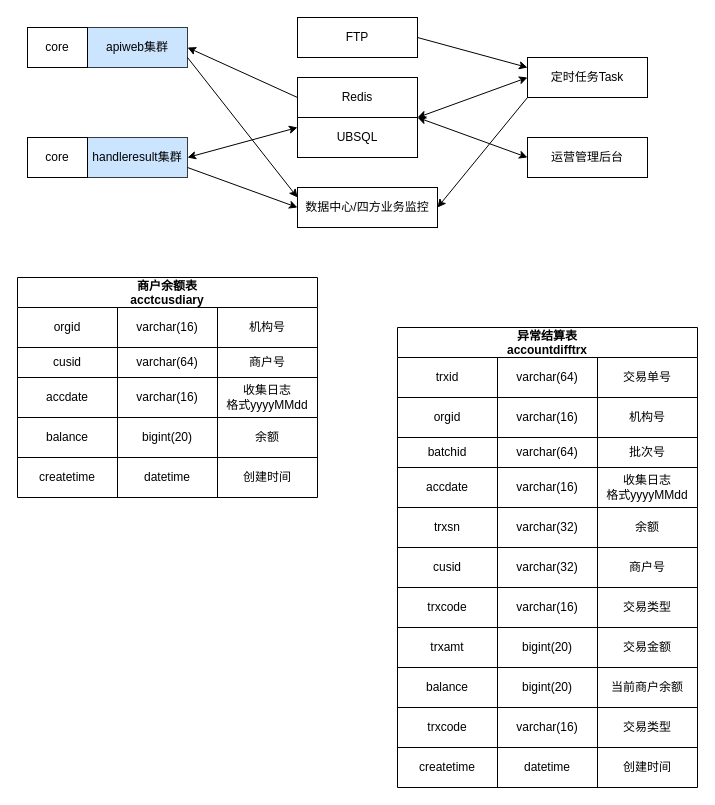
This is Untitled Diagram.drawio from chenqian168/cq, a draw.io file, before an edit. Source tidied: cells renumbered, new cells numbered last; positions are measured from the earlier drawing's top-left corner, leaving out a move shared by most shapes. Both pictures are drawn from the tidied source at 100%, with x=0, y=0 at pixel (17, 17).
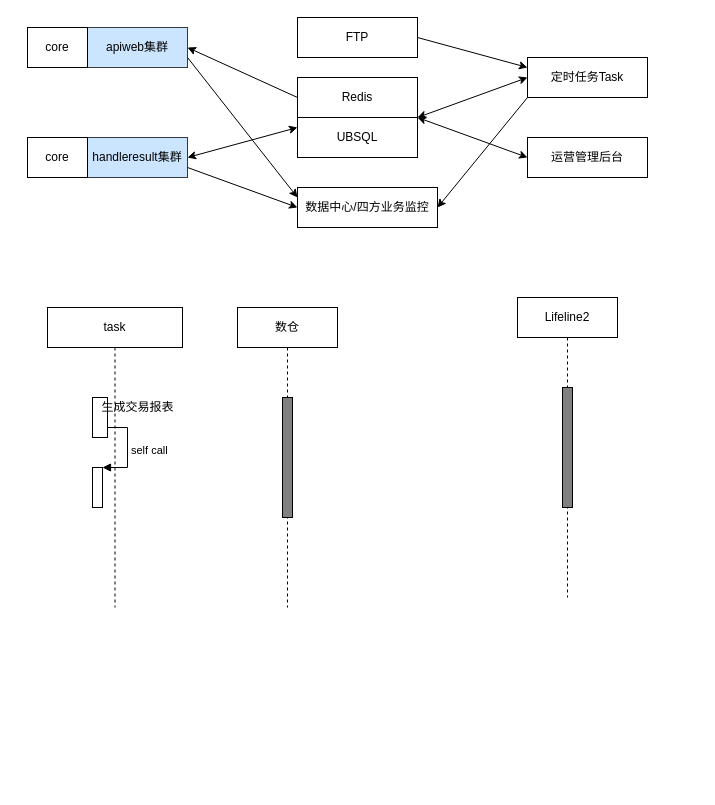
The same diagram, later.

What changed in the source:
```diff
@@
-    <mxCell id="21" value="商户余额表&#10;acctcusdiary" style="shape=table;startSize=30;childLayout=tableLayout;fontStyle=1;align=center;strokeColor=default;" parent="1" vertex="1">
-      <mxGeometry y="260" width="300" height="140" as="geometry" />
-    </mxCell>
-    <mxCell id="22" style="shape=tableRow;horizontal=0;startSize=0;swimlaneHead=0;swimlaneBody=0;top=0;left=0;bottom=0;right=0;fillColor=none;strokeColor=default;" parent="21" vertex="1">
-      <mxGeometry y="30" width="300" height="40" as="geometry" />
-    </mxCell>
-    <mxCell id="23" value="orgid" style="shape=partialRectangle;html=1;whiteSpace=wrap;fillColor=none;top=0;left=0;bottom=0;right=0;overflow=hidden;strokeColor=default;" parent="22" vertex="1">
-      <mxGeometry width="100" height="40" as="geometry" />
-    </mxCell>
-    <mxCell id="24" value="varchar(16)" style="shape=partialRectangle;html=1;whiteSpace=wrap;fillColor=none;top=0;left=0;bottom=0;right=0;overflow=hidden;strokeColor=default;" parent="22" vertex="1">
-      <mxGeometry x="100" width="100" height="40" as="geometry" />
-    </mxCell>
-    <mxCell id="25" value="机构号" style="shape=partialRectangle;html=1;whiteSpace=wrap;fillColor=none;top=0;left=0;bottom=0;right=0;overflow=hidden;strokeColor=default;" parent="22" vertex="1">
-      <mxGeometry x="200" width="100" height="40" as="geometry" />
-    </mxCell>
-    <mxCell id="26" style="shape=tableRow;horizontal=0;startSize=0;swimlaneHead=0;swimlaneBody=0;top=0;left=0;bottom=0;right=0;fillColor=none;strokeColor=default;" parent="21" vertex="1">
-      <mxGeometry y="70" width="300" height="30" as="geometry" />
-    </mxCell>
-    <mxCell id="27" value="cusid" style="shape=partialRectangle;html=1;whiteSpace=wrap;fillColor=none;top=0;left=0;bottom=0;right=0;overflow=hidden;strokeColor=default;" parent="26" vertex="1">
-      <mxGeometry width="100" height="30" as="geometry" />
-    </mxCell>
-    <mxCell id="28" value="varchar(64)" style="shape=partialRectangle;html=1;whiteSpace=wrap;fillColor=none;top=0;left=0;bottom=0;right=0;overflow=hidden;strokeColor=default;" parent="26" vertex="1">
-      <mxGeometry x="100" width="100" height="30" as="geometry" />
-    </mxCell>
-    <mxCell id="29" value="商户号" style="shape=partialRectangle;html=1;whiteSpace=wrap;fillColor=none;top=0;left=0;bottom=0;right=0;overflow=hidden;strokeColor=default;" parent="26" vertex="1">
-      <mxGeometry x="200" width="100" height="30" as="geometry" />
-    </mxCell>
-    <mxCell id="30" style="shape=tableRow;horizontal=0;startSize=0;swimlaneHead=0;swimlaneBody=0;top=0;left=0;bottom=0;right=0;fillColor=none;strokeColor=default;" parent="21" vertex="1">
-      <mxGeometry y="100" width="300" height="40" as="geometry" />
-    </mxCell>
-    <mxCell id="31" value="accdate" style="shape=partialRectangle;html=1;whiteSpace=wrap;fillColor=none;top=0;left=0;bottom=0;right=0;overflow=hidden;strokeColor=default;" parent="30" vertex="1">
-      <mxGeometry width="100" height="40" as="geometry" />
-    </mxCell>
-    <mxCell id="32" value="varchar(16)" style="shape=partialRectangle;html=1;whiteSpace=wrap;fillColor=none;top=0;left=0;bottom=0;right=0;overflow=hidden;strokeColor=default;" parent="30" vertex="1">
-      <mxGeometry x="100" width="100" height="40" as="geometry" />
-    </mxCell>
-    <mxCell id="33" value="收集日志&lt;br&gt;格式yyyyMMdd" style="shape=partialRectangle;html=1;whiteSpace=wrap;fillColor=none;top=0;left=0;bottom=0;right=0;overflow=hidden;strokeColor=default;" parent="30" vertex="1">
-      <mxGeometry x="200" width="100" height="40" as="geometry" />
-    </mxCell>
-    <mxCell id="34" style="shape=table;html=1;whiteSpace=wrap;startSize=0;childLayout=tableLayout;strokeColor=default;" parent="1" vertex="1">
-      <mxGeometry y="400" width="300" height="80" as="geometry" />
-    </mxCell>
-    <mxCell id="35" style="shape=tableRow;horizontal=0;startSize=0;swimlaneHead=0;swimlaneBody=0;top=0;left=0;bottom=0;right=0;fillColor=none;strokeColor=default;" parent="34" vertex="1">
-      <mxGeometry width="300" height="40" as="geometry" />
-    </mxCell>
-    <mxCell id="36" value="balance" style="shape=partialRectangle;html=1;whiteSpace=wrap;fillColor=none;top=0;left=0;bottom=0;right=0;overflow=hidden;strokeColor=default;" parent="35" vertex="1">
-      <mxGeometry width="100" height="40" as="geometry" />
-    </mxCell>
-    <mxCell id="37" value="bigint(20)" style="shape=partialRectangle;html=1;whiteSpace=wrap;fillColor=none;top=0;left=0;bottom=0;right=0;overflow=hidden;strokeColor=default;" parent="35" vertex="1">
-      <mxGeometry x="100" width="100" height="40" as="geometry" />
-    </mxCell>
-    <mxCell id="38" value="余额" style="shape=partialRectangle;html=1;whiteSpace=wrap;fillColor=none;top=0;left=0;bottom=0;right=0;overflow=hidden;strokeColor=default;" parent="35" vertex="1">
-      <mxGeometry x="200" width="100" height="40" as="geometry" />
-    </mxCell>
-    <mxCell id="39" style="shape=tableRow;horizontal=0;startSize=0;swimlaneHead=0;swimlaneBody=0;top=0;left=0;bottom=0;right=0;fillColor=none;strokeColor=default;" parent="34" vertex="1">
-      <mxGeometry y="40" width="300" height="40" as="geometry" />
-    </mxCell>
-    <mxCell id="40" value="createtime" style="shape=partialRectangle;html=1;whiteSpace=wrap;fillColor=none;top=0;left=0;bottom=0;right=0;overflow=hidden;strokeColor=default;" parent="39" vertex="1">
-      <mxGeometry width="100" height="40" as="geometry" />
-    </mxCell>
-    <mxCell id="41" value="datetime" style="shape=partialRectangle;html=1;whiteSpace=wrap;fillColor=none;top=0;left=0;bottom=0;right=0;overflow=hidden;strokeColor=default;" parent="39" vertex="1">
-      <mxGeometry x="100" width="100" height="40" as="geometry" />
-    </mxCell>
-    <mxCell id="42" value="创建时间" style="shape=partialRectangle;html=1;whiteSpace=wrap;fillColor=none;top=0;left=0;bottom=0;right=0;overflow=hidden;strokeColor=default;" parent="39" vertex="1">
-      <mxGeometry x="200" width="100" height="40" as="geometry" />
-    </mxCell>
-    <mxCell id="43" value="异常结算表&#10;accountdifftrx" style="shape=table;startSize=30;childLayout=tableLayout;fontStyle=1;align=center;strokeColor=default;" parent="1" vertex="1">
-      <mxGeometry x="380" y="310" width="300" height="180" as="geometry" />
-    </mxCell>
-    <mxCell id="44" style="shape=tableRow;horizontal=0;startSize=0;swimlaneHead=0;swimlaneBody=0;top=0;left=0;bottom=0;right=0;fillColor=none;strokeColor=default;" parent="43" vertex="1">
-      <mxGeometry y="30" width="300" height="40" as="geometry" />
-    </mxCell>
-    <mxCell id="45" value="trxid" style="shape=partialRectangle;html=1;whiteSpace=wrap;fillColor=none;top=0;left=0;bottom=0;right=0;overflow=hidden;strokeColor=default;" parent="44" vertex="1">
-      <mxGeometry width="100" height="40" as="geometry" />
-    </mxCell>
-    <mxCell id="46" value="varchar(64)" style="shape=partialRectangle;html=1;whiteSpace=wrap;fillColor=none;top=0;left=0;bottom=0;right=0;overflow=hidden;strokeColor=default;" parent="44" vertex="1">
-      <mxGeometry x="100" width="100" height="40" as="geometry" />
-    </mxCell>
-    <mxCell id="47" value="交易单号" style="shape=partialRectangle;html=1;whiteSpace=wrap;fillColor=none;top=0;left=0;bottom=0;right=0;overflow=hidden;strokeColor=default;" parent="44" vertex="1">
-      <mxGeometry x="200" width="100" height="40" as="geometry" />
-    </mxCell>
-    <mxCell id="48" style="shape=tableRow;horizontal=0;startSize=0;swimlaneHead=0;swimlaneBody=0;top=0;left=0;bottom=0;right=0;fillColor=none;strokeColor=default;" parent="43" vertex="1">
-      <mxGeometry y="70" width="300" height="40" as="geometry" />
-    </mxCell>
-    <mxCell id="49" value="orgid" style="shape=partialRectangle;html=1;whiteSpace=wrap;fillColor=none;top=0;left=0;bottom=0;right=0;overflow=hidden;strokeColor=default;" parent="48" vertex="1">
-      <mxGeometry width="100" height="40" as="geometry" />
-    </mxCell>
-    <mxCell id="50" value="varchar(16)" style="shape=partialRectangle;html=1;whiteSpace=wrap;fillColor=none;top=0;left=0;bottom=0;right=0;overflow=hidden;strokeColor=default;" parent="48" vertex="1">
-      <mxGeometry x="100" width="100" height="40" as="geometry" />
-    </mxCell>
-    <mxCell id="51" value="机构号" style="shape=partialRectangle;html=1;whiteSpace=wrap;fillColor=none;top=0;left=0;bottom=0;right=0;overflow=hidden;strokeColor=default;" parent="48" vertex="1">
-      <mxGeometry x="200" width="100" height="40" as="geometry" />
-    </mxCell>
-    <mxCell id="52" style="shape=tableRow;horizontal=0;startSize=0;swimlaneHead=0;swimlaneBody=0;top=0;left=0;bottom=0;right=0;fillColor=none;strokeColor=default;" parent="43" vertex="1">
-      <mxGeometry y="110" width="300" height="30" as="geometry" />
-    </mxCell>
-    <mxCell id="53" value="batchid" style="shape=partialRectangle;html=1;whiteSpace=wrap;fillColor=none;top=0;left=0;bottom=0;right=0;overflow=hidden;strokeColor=default;" parent="52" vertex="1">
-      <mxGeometry width="100" height="30" as="geometry" />
-    </mxCell>
-    <mxCell id="54" value="varchar(64)" style="shape=partialRectangle;html=1;whiteSpace=wrap;fillColor=none;top=0;left=0;bottom=0;right=0;overflow=hidden;strokeColor=default;" parent="52" vertex="1">
-      <mxGeometry x="100" width="100" height="30" as="geometry" />
-    </mxCell>
-    <mxCell id="55" value="批次号" style="shape=partialRectangle;html=1;whiteSpace=wrap;fillColor=none;top=0;left=0;bottom=0;right=0;overflow=hidden;strokeColor=default;" parent="52" vertex="1">
-      <mxGeometry x="200" width="100" height="30" as="geometry" />
-    </mxCell>
-    <mxCell id="56" style="shape=tableRow;horizontal=0;startSize=0;swimlaneHead=0;swimlaneBody=0;top=0;left=0;bottom=0;right=0;fillColor=none;strokeColor=default;" parent="43" vertex="1">
-      <mxGeometry y="140" width="300" height="40" as="geometry" />
-    </mxCell>
-    <mxCell id="57" value="accdate" style="shape=partialRectangle;html=1;whiteSpace=wrap;fillColor=none;top=0;left=0;bottom=0;right=0;overflow=hidden;strokeColor=default;" parent="56" vertex="1">
-      <mxGeometry width="100" height="40" as="geometry" />
-    </mxCell>
-    <mxCell id="58" value="varchar(16)" style="shape=partialRectangle;html=1;whiteSpace=wrap;fillColor=none;top=0;left=0;bottom=0;right=0;overflow=hidden;strokeColor=default;" parent="56" vertex="1">
-      <mxGeometry x="100" width="100" height="40" as="geometry" />
-    </mxCell>
-    <mxCell id="59" value="收集日志&lt;br&gt;格式yyyyMMdd" style="shape=partialRectangle;html=1;whiteSpace=wrap;fillColor=none;top=0;left=0;bottom=0;right=0;overflow=hidden;strokeColor=default;" parent="56" vertex="1">
-      <mxGeometry x="200" width="100" height="40" as="geometry" />
-    </mxCell>
-    <mxCell id="60" style="shape=table;html=1;whiteSpace=wrap;startSize=0;childLayout=tableLayout;strokeColor=default;" parent="1" vertex="1">
-      <mxGeometry x="380" y="490" width="300" height="280" as="geometry" />
-    </mxCell>
-    <mxCell id="61" style="shape=tableRow;horizontal=0;startSize=0;swimlaneHead=0;swimlaneBody=0;top=0;left=0;bottom=0;right=0;fillColor=none;strokeColor=default;" parent="60" vertex="1">
-      <mxGeometry width="300" height="40" as="geometry" />
-    </mxCell>
-    <mxCell id="62" value="trxsn" style="shape=partialRectangle;html=1;whiteSpace=wrap;fillColor=none;top=0;left=0;bottom=0;right=0;overflow=hidden;strokeColor=default;" parent="61" vertex="1">
-      <mxGeometry width="100" height="40" as="geometry" />
-    </mxCell>
-    <mxCell id="63" value="varchar(32)" style="shape=partialRectangle;html=1;whiteSpace=wrap;fillColor=none;top=0;left=0;bottom=0;right=0;overflow=hidden;strokeColor=default;" parent="61" vertex="1">
-      <mxGeometry x="100" width="100" height="40" as="geometry" />
-    </mxCell>
-    <mxCell id="64" value="余额" style="shape=partialRectangle;html=1;whiteSpace=wrap;fillColor=none;top=0;left=0;bottom=0;right=0;overflow=hidden;strokeColor=default;" parent="61" vertex="1">
-      <mxGeometry x="200" width="100" height="40" as="geometry" />
-    </mxCell>
-    <mxCell id="65" style="shape=tableRow;horizontal=0;startSize=0;swimlaneHead=0;swimlaneBody=0;top=0;left=0;bottom=0;right=0;fillColor=none;strokeColor=default;" parent="60" vertex="1">
-      <mxGeometry y="40" width="300" height="40" as="geometry" />
-    </mxCell>
-    <mxCell id="66" value="cusid" style="shape=partialRectangle;html=1;whiteSpace=wrap;fillColor=none;top=0;left=0;bottom=0;right=0;overflow=hidden;strokeColor=default;" parent="65" vertex="1">
-      <mxGeometry width="100" height="40" as="geometry" />
-    </mxCell>
-    <mxCell id="67" value="varchar(32)" style="shape=partialRectangle;html=1;whiteSpace=wrap;fillColor=none;top=0;left=0;bottom=0;right=0;overflow=hidden;strokeColor=default;" parent="65" vertex="1">
-      <mxGeometry x="100" width="100" height="40" as="geometry" />
-    </mxCell>
-    <mxCell id="68" value="商户号" style="shape=partialRectangle;html=1;whiteSpace=wrap;fillColor=none;top=0;left=0;bottom=0;right=0;overflow=hidden;strokeColor=default;" parent="65" vertex="1">
-      <mxGeometry x="200" width="100" height="40" as="geometry" />
-    </mxCell>
-    <mxCell id="69" style="shape=tableRow;horizontal=0;startSize=0;swimlaneHead=0;swimlaneBody=0;top=0;left=0;bottom=0;right=0;fillColor=none;strokeColor=default;" parent="60" vertex="1">
-      <mxGeometry y="80" width="300" height="40" as="geometry" />
-    </mxCell>
-    <mxCell id="70" value="trxcode" style="shape=partialRectangle;html=1;whiteSpace=wrap;fillColor=none;top=0;left=0;bottom=0;right=0;overflow=hidden;strokeColor=default;" parent="69" vertex="1">
-      <mxGeometry width="100" height="40" as="geometry" />
-    </mxCell>
-    <mxCell id="71" value="varchar(16)" style="shape=partialRectangle;html=1;whiteSpace=wrap;fillColor=none;top=0;left=0;bottom=0;right=0;overflow=hidden;strokeColor=default;" parent="69" vertex="1">
-      <mxGeometry x="100" width="100" height="40" as="geometry" />
-    </mxCell>
-    <mxCell id="72" value="交易类型" style="shape=partialRectangle;html=1;whiteSpace=wrap;fillColor=none;top=0;left=0;bottom=0;right=0;overflow=hidden;strokeColor=default;" parent="69" vertex="1">
-      <mxGeometry x="200" width="100" height="40" as="geometry" />
-    </mxCell>
-    <mxCell id="73" style="shape=tableRow;horizontal=0;startSize=0;swimlaneHead=0;swimlaneBody=0;top=0;left=0;bottom=0;right=0;fillColor=none;strokeColor=default;" parent="60" vertex="1">
-      <mxGeometry y="120" width="300" height="40" as="geometry" />
-    </mxCell>
-    <mxCell id="74" value="trxamt" style="shape=partialRectangle;html=1;whiteSpace=wrap;fillColor=none;top=0;left=0;bottom=0;right=0;overflow=hidden;strokeColor=default;" parent="73" vertex="1">
-      <mxGeometry width="100" height="40" as="geometry" />
-    </mxCell>
-    <mxCell id="75" value="bigint(20)" style="shape=partialRectangle;html=1;whiteSpace=wrap;fillColor=none;top=0;left=0;bottom=0;right=0;overflow=hidden;strokeColor=default;" parent="73" vertex="1">
-      <mxGeometry x="100" width="100" height="40" as="geometry" />
-    </mxCell>
-    <mxCell id="76" value="交易金额" style="shape=partialRectangle;html=1;whiteSpace=wrap;fillColor=none;top=0;left=0;bottom=0;right=0;overflow=hidden;strokeColor=default;" parent="73" vertex="1">
-      <mxGeometry x="200" width="100" height="40" as="geometry" />
-    </mxCell>
-    <mxCell id="77" style="shape=tableRow;horizontal=0;startSize=0;swimlaneHead=0;swimlaneBody=0;top=0;left=0;bottom=0;right=0;fillColor=none;strokeColor=default;" parent="60" vertex="1">
-      <mxGeometry y="160" width="300" height="40" as="geometry" />
-    </mxCell>
-    <mxCell id="78" value="balance" style="shape=partialRectangle;html=1;whiteSpace=wrap;fillColor=none;top=0;left=0;bottom=0;right=0;overflow=hidden;strokeColor=default;" parent="77" vertex="1">
-      <mxGeometry width="100" height="40" as="geometry" />
-    </mxCell>
-    <mxCell id="79" value="bigint(20)" style="shape=partialRectangle;html=1;whiteSpace=wrap;fillColor=none;top=0;left=0;bottom=0;right=0;overflow=hidden;strokeColor=default;" parent="77" vertex="1">
-      <mxGeometry x="100" width="100" height="40" as="geometry" />
-    </mxCell>
-    <mxCell id="80" value="当前商户余额" style="shape=partialRectangle;html=1;whiteSpace=wrap;fillColor=none;top=0;left=0;bottom=0;right=0;overflow=hidden;strokeColor=default;" parent="77" vertex="1">
-      <mxGeometry x="200" width="100" height="40" as="geometry" />
-    </mxCell>
-    <mxCell id="81" style="shape=tableRow;horizontal=0;startSize=0;swimlaneHead=0;swimlaneBody=0;top=0;left=0;bottom=0;right=0;fillColor=none;strokeColor=default;" parent="60" vertex="1">
-      <mxGeometry y="200" width="300" height="40" as="geometry" />
-    </mxCell>
-    <mxCell id="82" value="trxcode" style="shape=partialRectangle;html=1;whiteSpace=wrap;fillColor=none;top=0;left=0;bottom=0;right=0;overflow=hidden;strokeColor=default;" parent="81" vertex="1">
-      <mxGeometry width="100" height="40" as="geometry" />
-    </mxCell>
-    <mxCell id="83" value="varchar(16)" style="shape=partialRectangle;html=1;whiteSpace=wrap;fillColor=none;top=0;left=0;bottom=0;right=0;overflow=hidden;strokeColor=default;" parent="81" vertex="1">
-      <mxGeometry x="100" width="100" height="40" as="geometry" />
-    </mxCell>
-    <mxCell id="84" value="交易类型" style="shape=partialRectangle;html=1;whiteSpace=wrap;fillColor=none;top=0;left=0;bottom=0;right=0;overflow=hidden;strokeColor=default;" parent="81" vertex="1">
-      <mxGeometry x="200" width="100" height="40" as="geometry" />
-    </mxCell>
-    <mxCell id="85" style="shape=tableRow;horizontal=0;startSize=0;swimlaneHead=0;swimlaneBody=0;top=0;left=0;bottom=0;right=0;fillColor=none;strokeColor=default;" parent="60" vertex="1">
-      <mxGeometry y="240" width="300" height="40" as="geometry" />
-    </mxCell>
-    <mxCell id="86" value="createtime" style="shape=partialRectangle;html=1;whiteSpace=wrap;fillColor=none;top=0;left=0;bottom=0;right=0;overflow=hidden;strokeColor=default;" parent="85" vertex="1">
-      <mxGeometry width="100" height="40" as="geometry" />
-    </mxCell>
-    <mxCell id="87" value="datetime" style="shape=partialRectangle;html=1;whiteSpace=wrap;fillColor=none;top=0;left=0;bottom=0;right=0;overflow=hidden;strokeColor=default;" parent="85" vertex="1">
-      <mxGeometry x="100" width="100" height="40" as="geometry" />
-    </mxCell>
-    <mxCell id="88" value="创建时间" style="shape=partialRectangle;html=1;whiteSpace=wrap;fillColor=none;top=0;left=0;bottom=0;right=0;overflow=hidden;strokeColor=default;" parent="85" vertex="1">
-      <mxGeometry x="200" width="100" height="40" as="geometry" />
-    </mxCell>
+    <mxCell id="89" value="数仓" style="shape=umlLifeline;perimeter=lifelinePerimeter;whiteSpace=wrap;html=1;strokeColor=default;" parent="1" vertex="1">
+      <mxGeometry x="220" y="290" width="100" height="300" as="geometry" />
+    </mxCell>
+    <mxCell id="90" style="html=1;perimeter=orthogonalPerimeter;fillColor=#808080;strokeColor=default;" parent="89" vertex="1">
+      <mxGeometry x="45" y="90" width="10" height="120" as="geometry" />
+    </mxCell>
+    <mxCell id="91" value="task" style="shape=umlLifeline;perimeter=lifelinePerimeter;whiteSpace=wrap;html=1;strokeColor=default;" parent="1" vertex="1">
+      <mxGeometry x="30" y="290" width="135" height="300" as="geometry" />
+    </mxCell>
+    <mxCell id="92" style="html=1;points=[];perimeter=orthogonalPerimeter;strokeColor=default;" parent="91" vertex="1">
+      <mxGeometry x="45" y="90" width="15" height="40" as="geometry" />
+    </mxCell>
+    <mxCell id="93" style="html=1;points=[];perimeter=orthogonalPerimeter;strokeColor=default;" parent="91" vertex="1">
+      <mxGeometry x="45" y="160" width="10" height="40" as="geometry" />
+    </mxCell>
+    <mxCell id="94" value="self call" style="edgeStyle=orthogonalEdgeStyle;html=1;align=left;spacingLeft=2;endArrow=block;rounded=0;entryX=1;entryY=0;" parent="91" edge="1" source="92" target="93">
+      <mxGeometry relative="1" as="geometry">
+        <Array as="points">
+          <mxPoint x="80" y="120" />
+          <mxPoint x="80" y="160" />
+        </Array>
+      </mxGeometry>
+    </mxCell>
+    <mxCell id="95" value="生成交易报表" style="text;html=1;align=center;verticalAlign=middle;strokeColor=none;fillColor=none;" parent="91" vertex="1">
+      <mxGeometry x="45" y="90" width="90" height="20" as="geometry" />
+    </mxCell>
+    <mxCell id="96" value="Lifeline2" style="shape=umlLifeline;perimeter=lifelinePerimeter;whiteSpace=wrap;html=1;strokeColor=default;" parent="1" vertex="1">
+      <mxGeometry x="500" y="280" width="100" height="300" as="geometry" />
+    </mxCell>
+    <mxCell id="97" style="html=1;perimeter=orthogonalPerimeter;fillColor=#808080;strokeColor=default;" parent="96" vertex="1">
+      <mxGeometry x="45" y="90" width="10" height="120" as="geometry" />
+    </mxCell>
```
